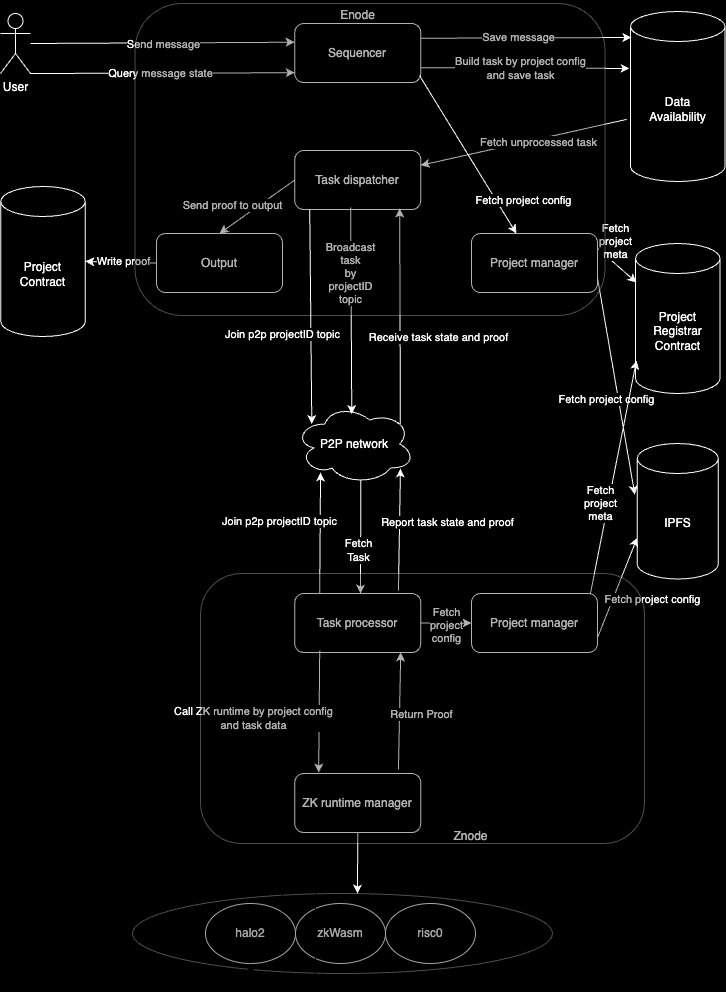
The draw.io diagram docs/architecture.drawio.png in iotexproject/w3bstream, before a commit. Source tidied: cells renumbered, new cells last; positions are measured from the earlier drawing's top-left corner, leaving out a move shared by most shapes.
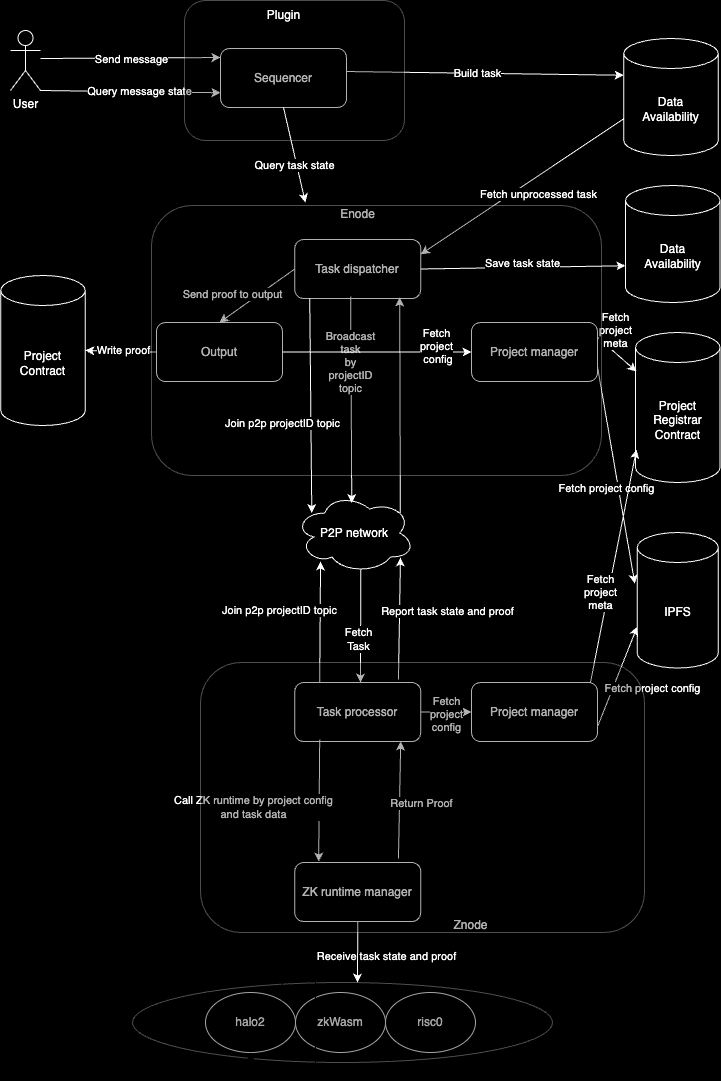
After the commit.

What changed in the source:
```diff
@@ -3,32 +3,26 @@
     <mxCell id="0" />
     <mxCell id="1" parent="0" />
     <mxCell id="2" value="User" style="shape=umlActor;verticalLabelPosition=bottom;verticalAlign=top;html=1;outlineConnect=0;strokeColor=#FFFFFF;fillColor=#000000;fontColor=#FFFFFF;labelBackgroundColor=#000000;" parent="1" vertex="1">
-      <mxGeometry y="13" width="30" height="60" as="geometry" />
+      <mxGeometry x="10" y="-59" width="30" height="60" as="geometry" />
     </mxCell>
     <mxCell id="3" value="Sequencer" style="rounded=1;whiteSpace=wrap;html=1;fontColor=#FFFFFF;labelBackgroundColor=#000000;fillColor=#000000;strokeColor=#FFFFFF;" parent="1" vertex="1">
-      <mxGeometry x="294.2" y="23" width="126" height="59" as="geometry" />
+      <mxGeometry x="220" y="-41" width="126" height="59" as="geometry" />
     </mxCell>
-    <mxCell id="4" style="endArrow=classic;html=1;rounded=0;strokeColor=#FFFFFF;fontColor=#FFFFFF;labelBackgroundColor=#000000;entryX=0;entryY=0.25;entryDx=0;entryDy=0;" parent="1" edge="1">
+    <mxCell id="4" style="endArrow=classic;html=1;rounded=0;strokeColor=#FFFFFF;fontColor=#FFFFFF;labelBackgroundColor=#000000;entryX=0;entryY=0.153;entryDx=0;entryDy=0;entryPerimeter=0;" parent="1" edge="1" target="3">
       <mxGeometry relative="1" as="geometry">
-        <mxPoint x="30" y="43" as="sourcePoint" />
-        <mxPoint x="294.2" y="41.8" as="targetPoint" />
+        <mxPoint x="40" y="-31" as="sourcePoint" />
       </mxGeometry>
     </mxCell>
     <mxCell id="5" value="&lt;font style=&quot;&quot;&gt;Send message&lt;/font&gt;" style="edgeLabel;html=1;align=center;verticalAlign=middle;fontColor=#FFFFFF;labelBackgroundColor=#000000;" parent="4" vertex="1">
       <mxGeometry y="-1" relative="1" as="geometry" />
     </mxCell>
     <mxCell id="6" value="Data &lt;br&gt;Availability" style="shape=cylinder3;whiteSpace=wrap;html=1;boundedLbl=1;backgroundOutline=1;size=15;fontColor=#FFFFFF;labelBackgroundColor=#000000;strokeColor=#FFFFFF;fillColor=#000000;" parent="1" vertex="1">
-      <mxGeometry x="630" y="11" width="94.5" height="170" as="geometry" />
+      <mxGeometry x="623.2" y="-51" width="94.5" height="117" as="geometry" />
     </mxCell>
-    <mxCell id="7" style="endArrow=classic;html=1;rounded=0;exitX=1;exitY=0.25;exitDx=0;exitDy=0;entryX=0.01;entryY=0.153;entryDx=0;entryDy=0;entryPerimeter=0;fontColor=#FFFFFF;labelBackgroundColor=#000000;strokeColor=#FFFFFF;" parent="1" edge="1" source="3" target="6">
-      <mxGeometry relative="1" as="geometry" />
-    </mxCell>
-    <mxCell id="8" value="Save message" style="edgeLabel;html=1;align=center;verticalAlign=middle;fontColor=#FFFFFF;labelBackgroundColor=#000000;" parent="7" vertex="1">
-      <mxGeometry x="-0.07" y="1" relative="1" as="geometry" />
-    </mxCell>
-    <mxCell id="9" style="endArrow=classic;html=1;rounded=0;exitX=1;exitY=1;exitDx=0;exitDy=0;exitPerimeter=0;fontColor=#FFFFFF;labelBackgroundColor=#000000;strokeColor=#FFFFFF;entryX=0;entryY=0.75;entryDx=0;entryDy=0;" parent="1" edge="1" source="2">
+    <mxCell id="9" style="endArrow=classic;html=1;rounded=0;exitX=1;exitY=1;exitDx=0;exitDy=0;exitPerimeter=0;fontColor=#FFFFFF;labelBackgroundColor=#000000;strokeColor=#FFFFFF;entryX=0;entryY=0.75;entryDx=0;entryDy=0;" parent="1" edge="1">
       <mxGeometry relative="1" as="geometry">
-        <mxPoint x="294.2" y="72.2" as="targetPoint" />
+        <mxPoint x="40" y="1" as="sourcePoint" />
+        <mxPoint x="220" y="3.2" as="targetPoint" />
       </mxGeometry>
     </mxCell>
     <mxCell id="10" value="Query message state" style="edgeLabel;html=1;align=center;verticalAlign=middle;fontColor=#FFFFFF;labelBackgroundColor=#000000;" parent="9" vertex="1">
@@ -39,7 +33,7 @@
     <mxCell id="11" value="Task dispatcher" style="rounded=1;whiteSpace=wrap;html=1;fontColor=#FFFFFF;labelBackgroundColor=#000000;strokeColor=#FFFFFF;fillColor=#000000;" parent="1" vertex="1">
       <mxGeometry x="294.2" y="150" width="126" height="59" as="geometry" />
     </mxCell>
-    <mxCell id="12" style="endArrow=classic;html=1;rounded=0;entryX=1;entryY=0.25;entryDx=0;entryDy=0;exitX=-0.042;exitY=0.635;exitDx=0;exitDy=0;exitPerimeter=0;fontColor=#FFFFFF;labelBackgroundColor=#000000;strokeColor=#FFFFFF;" parent="1" edge="1" source="6" target="11">
+    <mxCell id="12" style="endArrow=classic;html=1;rounded=0;entryX=1;entryY=0.25;entryDx=0;entryDy=0;exitX=0;exitY=0;exitDx=0;exitDy=80.25;exitPerimeter=0;fontColor=#FFFFFF;labelBackgroundColor=#000000;strokeColor=#FFFFFF;" parent="1" edge="1" source="6" target="11">
       <mxGeometry relative="1" as="geometry" />
     </mxCell>
     <mxCell id="13" value="Fetch&amp;nbsp;unprocessed task" style="edgeLabel;html=1;align=center;verticalAlign=middle;fontColor=#FFFFFF;labelBackgroundColor=#000000;" parent="12" vertex="1">
@@ -63,13 +57,13 @@
     </mxCell>
     <mxCell id="18" value="Receive task state and proof" style="edgeLabel;html=1;align=center;verticalAlign=middle;fontColor=#FFFFFF;labelBackgroundColor=#000000;" parent="17" vertex="1">
       <mxGeometry x="-0.05" y="-1" relative="1" as="geometry">
-        <mxPoint x="37" y="16" as="offset" />
+        <mxPoint x="-15" y="546" as="offset" />
       </mxGeometry>
     </mxCell>
-    <mxCell id="19" style="endArrow=classic;html=1;rounded=0;fontColor=#FFFFFF;labelBackgroundColor=#000000;strokeColor=#FFFFFF;entryX=-0.011;entryY=0.335;entryDx=0;entryDy=0;entryPerimeter=0;exitX=1;exitY=0.75;exitDx=0;exitDy=0;" parent="1" edge="1" source="3" target="6">
+    <mxCell id="19" style="endArrow=classic;html=1;rounded=0;fontColor=#FFFFFF;labelBackgroundColor=#000000;strokeColor=#FFFFFF;exitX=1;exitY=0.39;exitDx=0;exitDy=0;entryX=0;entryY=0;entryDx=0;entryDy=36.75;entryPerimeter=0;exitPerimeter=0;" parent="1" edge="1" source="3" target="6">
       <mxGeometry relative="1" as="geometry" />
     </mxCell>
-    <mxCell id="20" value="Build task by project config&lt;br&gt;and save task" style="edgeLabel;html=1;align=center;verticalAlign=middle;fontColor=#FFFFFF;labelBackgroundColor=#000000;" parent="19" vertex="1">
+    <mxCell id="20" value="Build task" style="edgeLabel;html=1;align=center;verticalAlign=middle;fontColor=#FFFFFF;labelBackgroundColor=#000000;" parent="19" vertex="1">
       <mxGeometry x="-0.05" relative="1" as="geometry" />
     </mxCell>
     <mxCell id="21" value="Task&amp;nbsp;processor" style="rounded=1;whiteSpace=wrap;html=1;fontColor=#FFFFFF;labelBackgroundColor=#000000;fillColor=#000000;strokeColor=#FFFFFF;" parent="1" vertex="1">
@@ -182,10 +176,10 @@
       </mxGeometry>
     </mxCell>
     <mxCell id="50" value="Enode" style="text;html=1;align=center;verticalAlign=middle;strokeColor=none;fillColor=none;fontColor=#FFFFFF;labelBackgroundColor=#000000;" parent="1" vertex="1">
-      <mxGeometry x="327.2" width="60" height="30" as="geometry" />
+      <mxGeometry x="327.2" y="109.5" width="60" height="30" as="geometry" />
     </mxCell>
     <mxCell id="51" style="rounded=1;whiteSpace=wrap;html=1;opacity=30;fontColor=#FFFFFF;labelBackgroundColor=#000000;fillColor=#000000;strokeColor=#FFFFFF;" parent="1" vertex="1">
-      <mxGeometry x="134.5" y="3" width="470" height="312" as="geometry" />
+      <mxGeometry x="151" y="116" width="450" height="270" as="geometry" />
     </mxCell>
     <mxCell id="52" value="Znode" style="text;html=1;align=center;verticalAlign=middle;strokeColor=none;fillColor=none;fontColor=#FFFFFF;labelBackgroundColor=#000000;" parent="1" vertex="1">
       <mxGeometry x="440" y="821" width="60" height="30" as="geometry" />
@@ -209,14 +203,6 @@
     <mxCell id="57" value="Project&lt;br&gt;Contract" style="shape=cylinder3;whiteSpace=wrap;html=1;boundedLbl=1;backgroundOutline=1;size=15;fontColor=#FFFFFF;labelBackgroundColor=#000000;fillColor=#000000;strokeColor=#FFFFFF;" parent="1" vertex="1">
       <mxGeometry x="0.2" y="186" width="84.5" height="150" as="geometry" />
     </mxCell>
-    <mxCell id="58" style="endArrow=classic;html=1;rounded=0;exitX=0.99;exitY=0.881;exitDx=0;exitDy=0;fontColor=#FFFFFF;labelBackgroundColor=#000000;strokeColor=#FFFFFF;exitPerimeter=0;" parent="1" edge="1" source="3" target="34">
-      <mxGeometry relative="1" as="geometry" />
-    </mxCell>
-    <mxCell id="59" value="Fetch project config" style="edgeLabel;html=1;align=center;verticalAlign=middle;fontColor=#FFFFFF;labelBackgroundColor=#000000;" parent="58" vertex="1">
-      <mxGeometry x="0.03" y="-3" relative="1" as="geometry">
-        <mxPoint x="56" y="42" as="offset" />
-      </mxGeometry>
-    </mxCell>
     <mxCell id="60" value="Project manager" style="rounded=1;whiteSpace=wrap;html=1;fontColor=#FFFFFF;labelBackgroundColor=#000000;fillColor=#000000;strokeColor=#FFFFFF;" parent="1" vertex="1">
       <mxGeometry x="471" y="593" width="126" height="59" as="geometry" />
     </mxCell>
@@ -242,5 +228,38 @@
     <mxCell id="66" style="rounded=1;whiteSpace=wrap;html=1;opacity=30;fontColor=#FFFFFF;labelBackgroundColor=#000000;fillColor=#000000;strokeColor=#FFFFFF;" parent="1" vertex="1">
       <mxGeometry x="200" y="573" width="444" height="270" as="geometry" />
     </mxCell>
+    <mxCell id="67" style="rounded=1;whiteSpace=wrap;html=1;opacity=30;fontColor=#FFFFFF;labelBackgroundColor=#000000;fillColor=#000000;strokeColor=#FFFFFF;" parent="1" vertex="1">
+      <mxGeometry x="184" y="-89" width="220" height="140" as="geometry" />
+    </mxCell>
+    <mxCell id="68" value="Plugin" style="text;html=1;align=center;verticalAlign=middle;strokeColor=none;fillColor=none;fontColor=#FFFFFF;labelBackgroundColor=#000000;" parent="1" vertex="1">
+      <mxGeometry x="253" y="-89" width="60" height="30" as="geometry" />
+    </mxCell>
+    <mxCell id="69" value="Data &lt;br&gt;Availability" style="shape=cylinder3;whiteSpace=wrap;html=1;boundedLbl=1;backgroundOutline=1;size=15;fontColor=#FFFFFF;labelBackgroundColor=#000000;strokeColor=#FFFFFF;fillColor=#000000;" parent="1" vertex="1">
+      <mxGeometry x="625" y="96" width="94.5" height="117" as="geometry" />
+    </mxCell>
+    <mxCell id="70" style="endArrow=classic;html=1;rounded=0;entryX=0;entryY=0.5;entryDx=0;entryDy=0;exitX=1;exitY=0.5;exitDx=0;exitDy=0;fontColor=#FFFFFF;labelBackgroundColor=#000000;strokeColor=#FFFFFF;" parent="1" edge="1" source="39" target="34">
+      <mxGeometry relative="1" as="geometry" />
+    </mxCell>
+    <mxCell id="59" value="Fetch &lt;br&gt;project&lt;br&gt;&amp;nbsp;config" style="edgeLabel;html=1;align=center;verticalAlign=middle;fontColor=#FFFFFF;labelBackgroundColor=#000000;" parent="70" vertex="1">
+      <mxGeometry x="0.17" relative="1" as="geometry">
+        <mxPoint x="43" y="-6" as="offset" />
+      </mxGeometry>
+    </mxCell>
+    <mxCell id="71" style="endArrow=classic;html=1;rounded=0;exitX=1;exitY=0.5;exitDx=0;exitDy=0;fontColor=#FFFFFF;labelBackgroundColor=#000000;strokeColor=#FFFFFF;entryX=0;entryY=0;entryDx=0;entryDy=80.25;entryPerimeter=0;" parent="1" edge="1" source="11" target="69">
+      <mxGeometry relative="1" as="geometry" />
+    </mxCell>
+    <mxCell id="72" value="Save task state" style="edgeLabel;html=1;align=center;verticalAlign=middle;fontColor=#FFFFFF;labelBackgroundColor=#000000;" parent="71" vertex="1">
+      <mxGeometry x="0.17" relative="1" as="geometry">
+        <mxPoint x="-19" y="-4" as="offset" />
+      </mxGeometry>
+    </mxCell>
+    <mxCell id="73" style="endArrow=classic;html=1;rounded=0;fontColor=#FFFFFF;labelBackgroundColor=#000000;strokeColor=#FFFFFF;exitX=0.5;exitY=1;exitDx=0;exitDy=0;entryX=0.342;entryY=-0.011;entryDx=0;entryDy=0;entryPerimeter=0;" parent="1" edge="1" source="3" target="51">
+      <mxGeometry relative="1" as="geometry" />
+    </mxCell>
+    <mxCell id="74" value="Query task state" style="edgeLabel;html=1;align=center;verticalAlign=middle;fontColor=#FFFFFF;labelBackgroundColor=#000000;" parent="73" vertex="1">
+      <mxGeometry x="-0.05" relative="1" as="geometry">
+        <mxPoint y="13" as="offset" />
+      </mxGeometry>
+    </mxCell>
   </root>
 </mxGraphModel>
```
